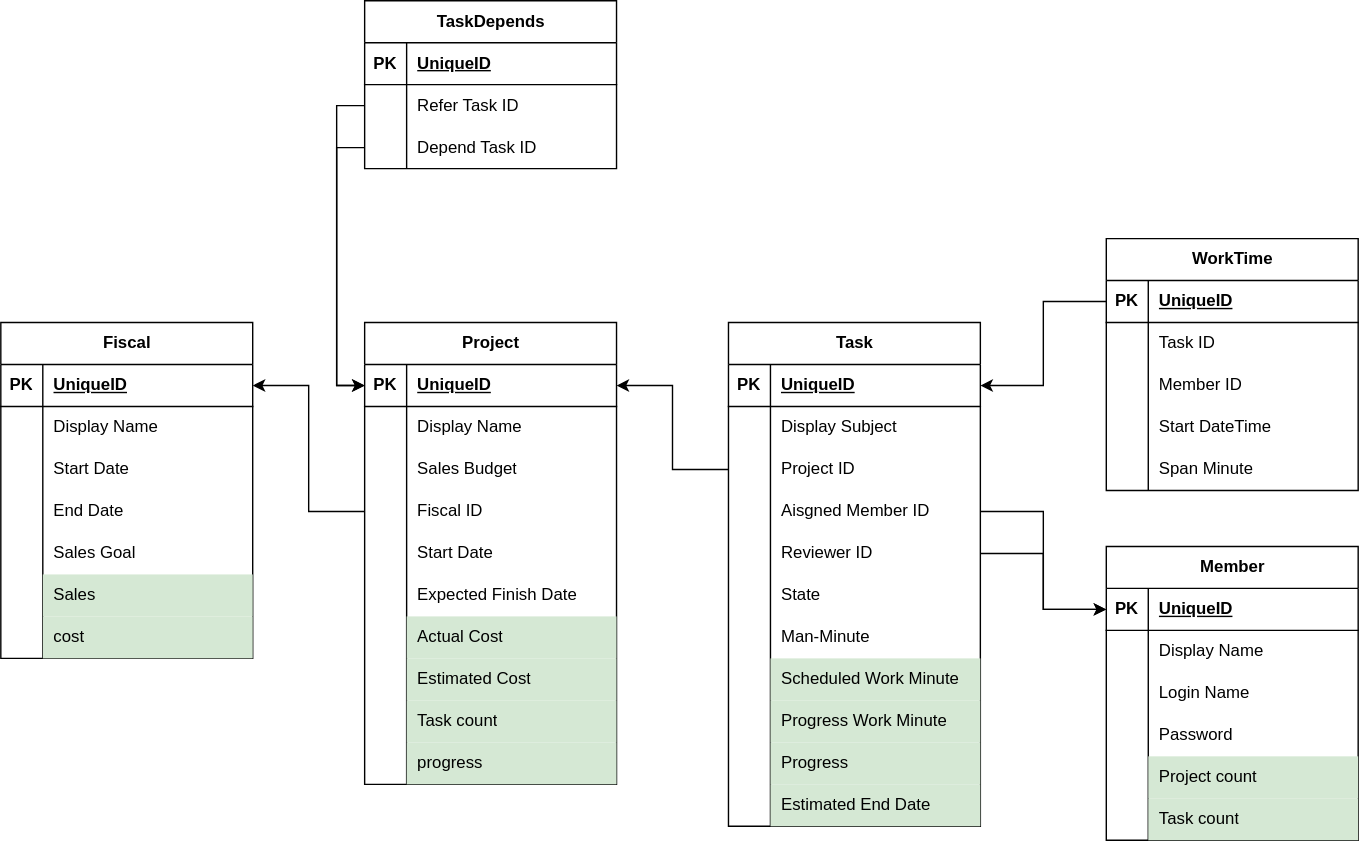
Above: document/figure/er.svg in lotcarnage/cinaps (draw.io), before the change. Source tidied: cells renumbered, new cells last; positions are measured from the earlier drawing's top-left corner, leaving out a move shared by most shapes.
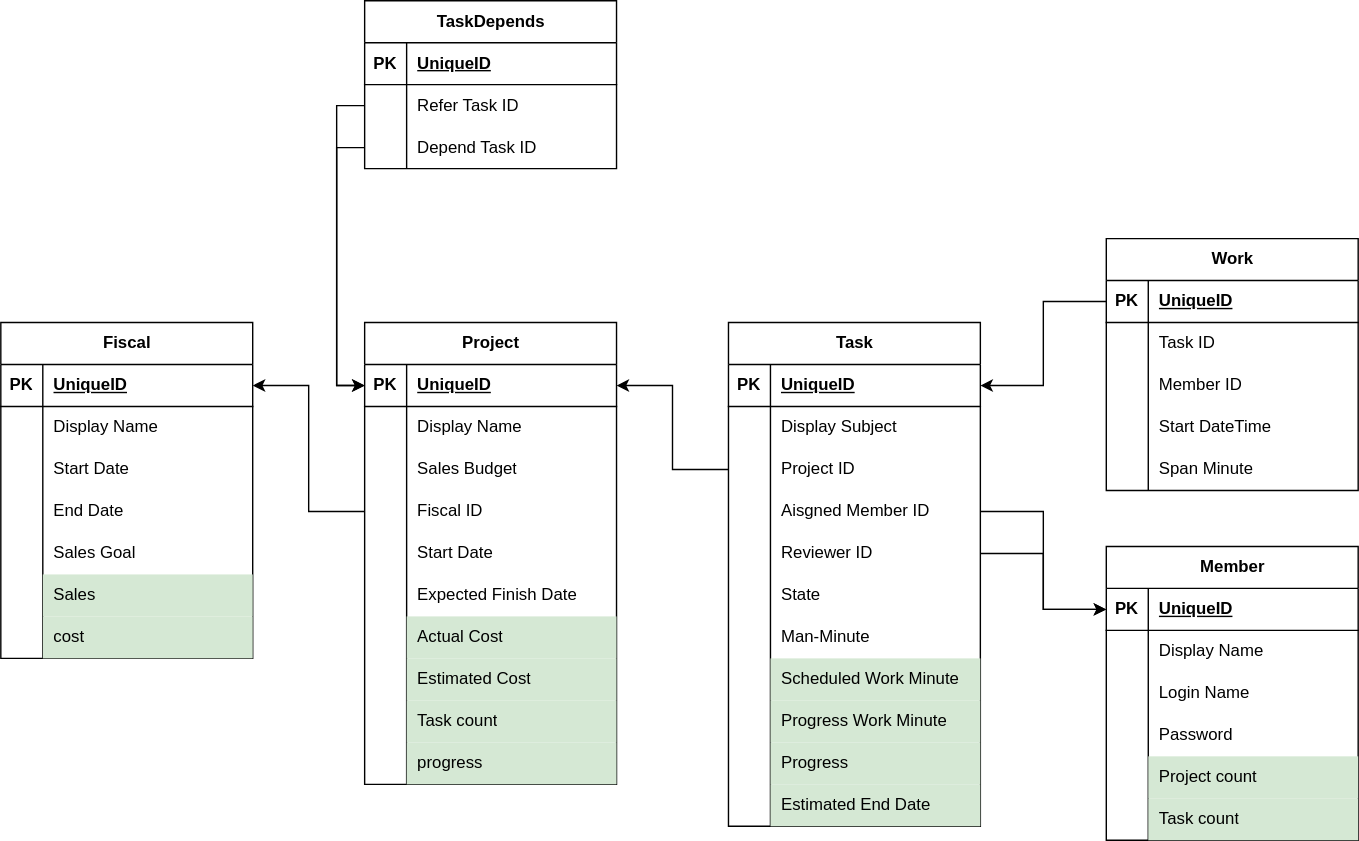
Above is the later version.

The edit, as a diff of the source:
```diff
@@ -332,7 +332,7 @@
     <mxCell id="111" style="edgeStyle=orthogonalEdgeStyle;rounded=0;jettySize=auto;html=1;exitX=1;exitY=0.5;exitDx=0;exitDy=0;entryX=0;entryY=0.5;entryDx=0;entryDy=0;" parent="1" edge="1" source="87" target="56">
       <mxGeometry relative="1" as="geometry" />
     </mxCell>
-    <mxCell id="112" value="WorkTime" style="shape=table;startSize=30;rowLines=0;fontStyle=1;align=center;html=1;" parent="1" vertex="1">
+    <mxCell id="112" value="Work" style="shape=table;startSize=30;rowLines=0;fontStyle=1;align=center;html=1;" parent="1" vertex="1">
       <mxGeometry x="790" y="170" width="180" height="180" as="geometry" />
     </mxCell>
     <mxCell id="113" style="shape=tableRow;horizontal=0;startSize=0;swimlaneHead=0;swimlaneBody=0;fillColor=none;points=[[0,0.5],[1,0.5]];portConstraint=eastwest;top=0;left=0;right=0;bottom=1;" parent="112" vertex="1">
```
